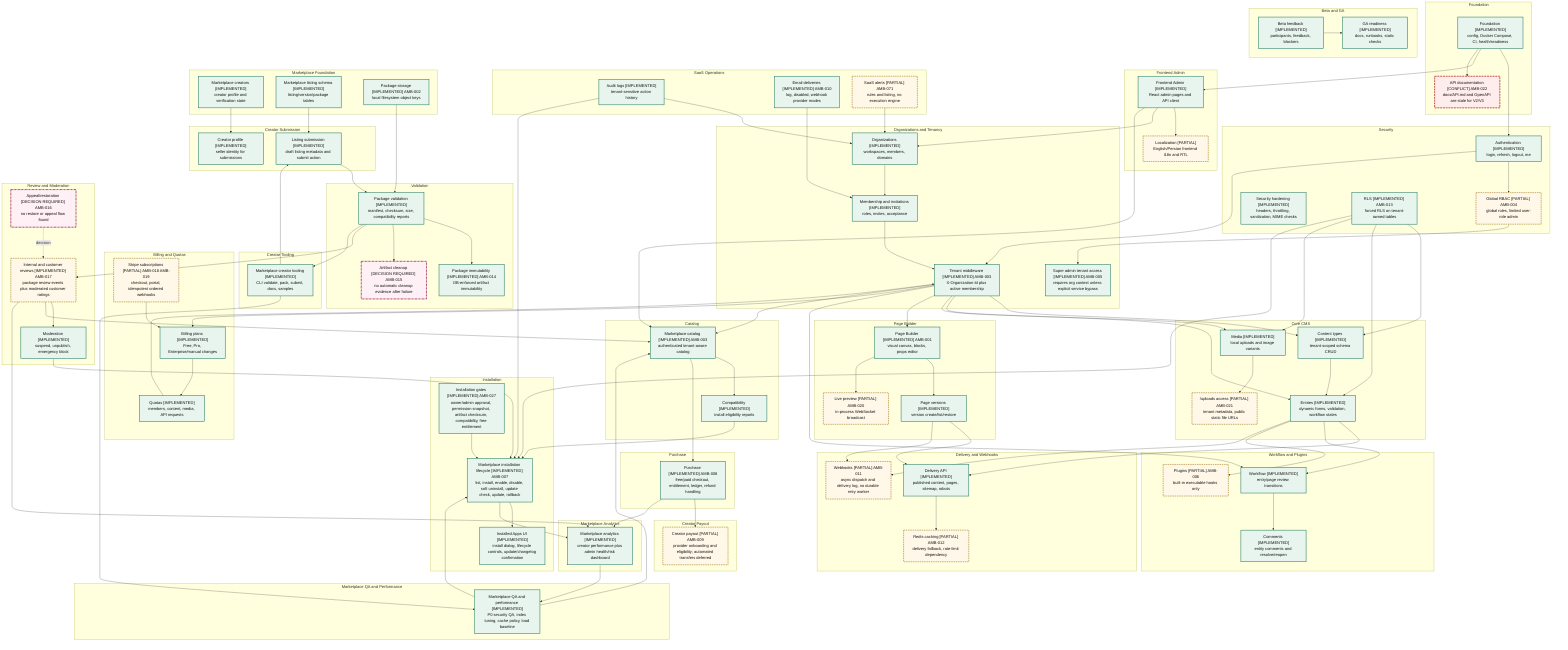
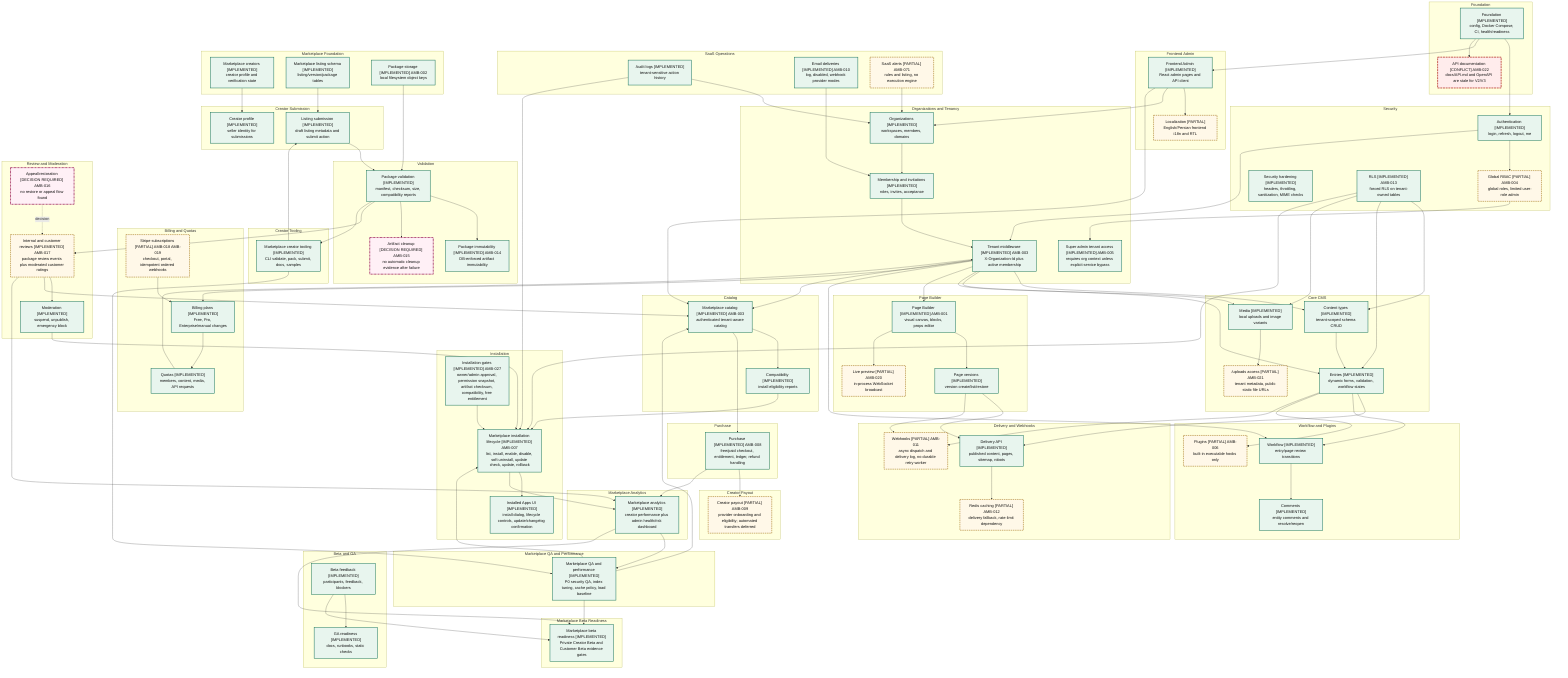
%% Evidence: docs/diagrams/REPOSITORY_INVENTORY.md
%% Evidence: docs/diagrams/ARCHITECTURE_AUDIT.md
%% Evidence: docs/diagrams/AMBIGUITIES.md
flowchart TD
  subgraph foundation_group["Foundation"]
    foundation["Foundation [IMPLEMENTED]<br/>config, Docker Compose, CI, health/readiness"]
    api_docs["API documentation [CONFLICT] AMB-022<br/>docs/API.md and OpenAPI are stale for V2/V3"]
  end

  subgraph core_cms_group["Core CMS"]
    content_types["Content types [IMPLEMENTED]<br/>tenant-scoped schema CRUD"]
    entries["Entries [IMPLEMENTED]<br/>dynamic forms, validation, workflow states"]
    media["Media [IMPLEMENTED]<br/>local uploads and image variants"]
    uploads_access["/uploads access [PARTIAL] AMB-021<br/>tenant metadata, public static file URLs"]
  end

  subgraph page_builder_group["Page Builder"]
    page_builder["Page Builder [IMPLEMENTED] AMB-001<br/>visual canvas, blocks, props editor"]
    page_versions["Page versions [IMPLEMENTED]<br/>version create/list/restore"]
    live_preview["Live preview [PARTIAL] AMB-020<br/>in-process WebSocket broadcast"]
  end

  subgraph delivery_webhooks_group["Delivery and Webhooks"]
    delivery_api["Delivery API [IMPLEMENTED]<br/>published content, pages, sitemap, robots"]
    redis_cache["Redis caching [PARTIAL] AMB-012<br/>delivery fallback, rate-limit dependency"]
    webhooks["Webhooks [PARTIAL] AMB-011<br/>async dispatch and delivery log, no durable retry worker"]
  end

  subgraph workflow_plugins_group["Workflow and Plugins"]
    workflow["Workflow [IMPLEMENTED]<br/>entry/page review transitions"]
    comments["Comments [IMPLEMENTED]<br/>entity comments and resolve/reopen"]
    plugins["Plugins [PARTIAL] AMB-006<br/>built-in executable hooks only"]
  end

  subgraph security_group["Security"]
    auth["Authentication [IMPLEMENTED]<br/>login, refresh, logout, me"]
    global_rbac["Global RBAC [PARTIAL] AMB-004<br/>global roles, limited user-role admin"]
    security_hardening["Security hardening [IMPLEMENTED]<br/>headers, throttling, sanitization, MIME checks"]
    rls["RLS [IMPLEMENTED] AMB-013<br/>forced RLS on tenant-owned tables"]
  end

  subgraph frontend_group["Frontend Admin"]
    frontend_admin["Frontend Admin [IMPLEMENTED]<br/>React admin pages and API client"]
    localization["Localization [PARTIAL]<br/>English/Persian frontend i18n and RTL"]
  end

  subgraph tenancy_group["Organizations and Tenancy"]
    organizations["Organizations [IMPLEMENTED]<br/>workspaces, members, domains"]
    memberships["Membership and invitations [IMPLEMENTED]<br/>roles, invites, acceptance"]
    tenant_middleware["Tenant middleware [IMPLEMENTED] AMB-003<br/>X-Organization-Id plus active membership"]
    super_admin["Super admin tenant access [IMPLEMENTED] AMB-005<br/>requires org context unless explicit service bypass"]
  end

  subgraph billing_group["Billing and Quotas"]
    billing_plans["Billing plans [IMPLEMENTED]<br/>Free, Pro, Enterprise/manual changes"]
    stripe_subscriptions["Stripe subscriptions [PARTIAL] AMB-018 AMB-019<br/>checkout, portal, idempotent ordered webhooks"]
    quotas["Quotas [IMPLEMENTED]<br/>members, content, media, API requests"]
  end

  subgraph saas_ops_group["SaaS Operations"]
    audit_logs["Audit logs [IMPLEMENTED]<br/>tenant-sensitive action history"]
    email_deliveries["Email deliveries [IMPLEMENTED] AMB-010<br/>log, disabled, webhook provider modes"]
    saas_alerts["SaaS alerts [PARTIAL] AMB-071<br/>rules and listing, no execution engine"]
  end

  subgraph beta_ga_group["Beta and GA"]
    beta_feedback["Beta feedback [IMPLEMENTED]<br/>participants, feedback, blockers"]
    ga_readiness["GA readiness [IMPLEMENTED]<br/>docs, runbooks, static checks"]
  end

  subgraph marketplace_foundation_group["Marketplace Foundation"]
    marketplace_creators["Marketplace creators [IMPLEMENTED]<br/>creator profile and verification state"]
    marketplace_listing_schema["Marketplace listing schema [IMPLEMENTED]<br/>listing/version/package tables"]
    marketplace_storage["Package storage [IMPLEMENTED] AMB-002<br/>local filesystem object keys"]
  end

  subgraph creator_submission_group["Creator Submission"]
    creator_profile["Creator profile [IMPLEMENTED]<br/>seller identity for submissions"]
    listing_submission["Listing submission [IMPLEMENTED]<br/>draft listing metadata and submit action"]
  end

  subgraph validation_group["Validation"]
    package_validation["Package validation [IMPLEMENTED]<br/>manifest, checksum, size, compatibility reports"]
    package_immutability["Package immutability [IMPLEMENTED] AMB-014<br/>DB-enforced artifact immutability"]
    artifact_cleanup["Artifact cleanup [DECISION REQUIRED] AMB-015<br/>no automatic cleanup evidence after failure"]
  end

  subgraph review_group["Review and Moderation"]
    internal_review["Internal and customer reviews [IMPLEMENTED] AMB-017<br/>package review events plus moderated customer ratings"]
    moderation["Moderation [IMPLEMENTED]<br/>suspend, unpublish, emergency block"]
    review_restoration["Appeal/restoration [DECISION REQUIRED] AMB-016<br/>no restore or appeal flow found"]
  end

  subgraph catalog_group["Catalog"]
    catalog["Marketplace catalog [IMPLEMENTED] AMB-003<br/>authenticated tenant-aware catalog"]
    compatibility["Compatibility [IMPLEMENTED]<br/>install eligibility reports"]
  end

  subgraph installation_group["Installation"]
    installation["Marketplace installation lifecycle [IMPLEMENTED] AMB-007<br/>list, install, enable, disable, soft uninstall, update check, update, rollback"]
    installation_gates["Installation gates [IMPLEMENTED] AMB-027<br/>owner/admin approval, permission snapshot, artifact checksum, compatibility, free entitlement"]
    installation_ui["Installed Apps UI [IMPLEMENTED]<br/>install dialog, lifecycle controls, update/changelog confirmation"]
  end

  subgraph purchase_group["Purchase"]
    purchase["Purchase [IMPLEMENTED] AMB-008<br/>free/paid checkout, entitlement, ledger, refund handling"]
  end

  subgraph payout_group["Creator Payout"]
    payout["Creator payout [PARTIAL] AMB-009<br/>provider onboarding and eligibility; automated transfers deferred"]
  end

  subgraph analytics_group["Marketplace Analytics"]
    analytics["Marketplace analytics [IMPLEMENTED]<br/>creator performance plus admin health/risk dashboard"]
  end

  subgraph creator_tooling_group["Creator Tooling"]
    creator_tooling["Marketplace creator tooling [IMPLEMENTED]<br/>CLI validate, pack, submit, docs, samples"]
  end

  subgraph qa_performance_group["Marketplace QA and Performance"]
    qa_performance["Marketplace QA and performance [IMPLEMENTED]<br/>P0 security QA, index tuning, cache policy, load baseline"]
+   end
+ 
+   subgraph beta_readiness_group["Marketplace Beta Readiness"]
+     beta_readiness["Marketplace beta readiness [IMPLEMENTED]<br/>Private Creator Beta and Customer Beta evidence gates"]
  end

  foundation --> auth
  foundation --> frontend_admin
  foundation --> api_docs
  auth --> global_rbac
  auth --> tenant_middleware
  organizations --> memberships
  memberships --> tenant_middleware
  global_rbac --> super_admin
  tenant_middleware --> content_types
  tenant_middleware --> entries
  tenant_middleware --> media
  tenant_middleware --> page_builder
  tenant_middleware --> workflow
  tenant_middleware --> billing_plans
  tenant_middleware --> catalog
  rls --> content_types
  rls --> entries
  rls --> media
  rls --> installation
  content_types --> entries
  media --> uploads_access
  page_builder --> page_versions
  page_builder --> live_preview
  entries --> delivery_api
  page_versions --> delivery_api
  delivery_api --> redis_cache
  entries --> workflow
  workflow --> comments
  entries --> plugins
  entries --> webhooks
  page_versions --> webhooks
  frontend_admin --> localization
  frontend_admin --> organizations
  frontend_admin --> catalog
  billing_plans --> quotas
  stripe_subscriptions --> billing_plans
  quotas --> tenant_middleware
  audit_logs --> organizations
  email_deliveries --> memberships
  saas_alerts --> organizations
  beta_feedback --> ga_readiness
  marketplace_creators --> creator_profile
  marketplace_listing_schema --> listing_submission
  marketplace_storage --> package_validation
  listing_submission --> package_validation
  package_validation --> package_immutability
  package_validation --> artifact_cleanup
  package_validation --> internal_review
  internal_review --> moderation
  moderation --> installation
  internal_review --> catalog
  review_restoration -. decision .-> internal_review
  catalog --> compatibility
  compatibility --> installation
  installation_gates --> installation
  installation --> installation_ui
  audit_logs --> installation
  catalog --> purchase
  purchase --> payout
  purchase --> analytics
  installation --> analytics
  internal_review --> analytics
  package_validation --> creator_tooling
  creator_tooling --> listing_submission
  creator_tooling --> qa_performance
  analytics --> qa_performance
  qa_performance --> catalog
  qa_performance --> installation
- 
-   class foundation,content_types,entries,media,page_builder,page_versions,delivery_api,workflow,comments,auth,security_hardening,rls,frontend_admin,organizations,memberships,tenant_middleware,super_admin,billing_plans,quotas,audit_logs,email_deliveries,beta_feedback,ga_readiness,marketplace_creators,marketplace_listing_schema,marketplace_storage,creator_profile,listing_submission,package_validation,package_immutability,moderation,catalog,compatibility,installation,installation_gates,installation_ui,purchase,analytics,creator_tooling,qa_performance implemented
+   beta_feedback --> beta_readiness
+   analytics --> beta_readiness
+   qa_performance --> beta_readiness
+ 
+   class foundation,content_types,entries,media,page_builder,page_versions,delivery_api,workflow,comments,auth,security_hardening,rls,frontend_admin,organizations,memberships,tenant_middleware,super_admin,billing_plans,quotas,audit_logs,email_deliveries,beta_feedback,ga_readiness,marketplace_creators,marketplace_listing_schema,marketplace_storage,creator_profile,listing_submission,package_validation,package_immutability,moderation,catalog,compatibility,installation,installation_gates,installation_ui,purchase,analytics,creator_tooling,qa_performance,beta_readiness implemented
  class global_rbac,uploads_access,live_preview,redis_cache,webhooks,plugins,localization,stripe_subscriptions,saas_alerts,internal_review,payout partial
  class api_docs conflict
  class artifact_cleanup,review_restoration decision
  classDef implemented fill:#e8f5ee,stroke:#17745b,stroke-width:2px,color:#111
  classDef partial fill:#fff8e8,stroke:#9a6500,stroke-width:2px,stroke-dasharray: 6 3,color:#111
  classDef planned fill:#f4f4f4,stroke:#666,stroke-width:2px,stroke-dasharray: 2 4,color:#111
  classDef conflict fill:#ffecec,stroke:#b3261e,stroke-width:3px,stroke-dasharray: 8 3,color:#111
  classDef decision fill:#fff0f6,stroke:#9b1b5a,stroke-width:3px,stroke-dasharray: 8 2 2 2,color:#111
